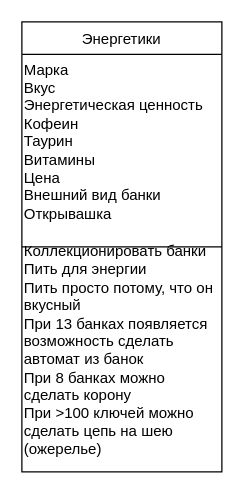
Above: Untitled Diagram.drawio in RinaBoni/oop (draw.io), before the change. Source tidied: cells renumbered, new cells numbered last; positions are measured from the earlier drawing's top-left corner, leaving out a move shared by most shapes. Both pictures are drawn from the tidied source at 125%, with x=0, y=0 at pixel (21, 21).
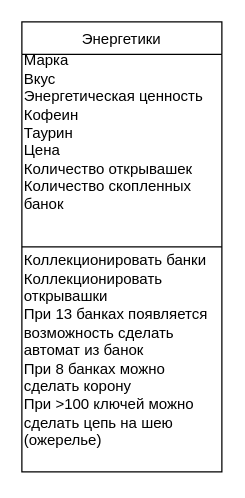
The same page after the edit.

Diff of the diagram source:
```diff
@@
 <mxGraphModel>
   <root>
     <mxCell id="0" />
     <mxCell id="1" parent="0" />
     <mxCell id="2" value="Энергетики" style="swimlane;fontStyle=0;align=center;verticalAlign=top;horizontal=1;startSize=26;rounded=0;shadow=0;strokeWidth=1;" parent="1" vertex="1">
       <mxGeometry width="160" height="360" as="geometry" />
     </mxCell>
-    <mxCell id="3" value="&lt;div&gt;Марка&lt;/div&gt;&lt;div&gt;Вкус&lt;/div&gt;&lt;div&gt;Энергетическая ценность&lt;/div&gt;&lt;div&gt;Кофеин&lt;/div&gt;&lt;div&gt;Таурин&lt;/div&gt;&lt;div&gt;Витамины&lt;/div&gt;&lt;div&gt;Цена&lt;/div&gt;&lt;div&gt;Внешний вид банки&lt;/div&gt;&lt;div&gt;Открывашка&lt;/div&gt;&lt;div&gt;&lt;br&gt;&lt;/div&gt;" style="text;html=1;strokeColor=none;fillColor=none;align=left;verticalAlign=middle;whiteSpace=wrap;rounded=0;" parent="2" vertex="1">
+    <mxCell id="3" value="&lt;div&gt;Марка&lt;/div&gt;&lt;div&gt;Вкус&lt;/div&gt;&lt;div&gt;Энергетическая ценность&lt;/div&gt;&lt;div&gt;Кофеин&lt;/div&gt;&lt;div&gt;Таурин&lt;/div&gt;&lt;div&gt;&lt;span&gt;Цена&lt;/span&gt;&lt;br&gt;&lt;/div&gt;&lt;div&gt;&lt;div&gt;Количество открывашек&lt;/div&gt;&lt;div&gt;Количество скопленных банок&lt;/div&gt;&lt;/div&gt;&lt;div&gt;&lt;br&gt;&lt;/div&gt;&lt;div&gt;&lt;br&gt;&lt;/div&gt;" style="text;html=1;strokeColor=none;fillColor=none;align=left;verticalAlign=middle;whiteSpace=wrap;rounded=0;" parent="2" vertex="1">
       <mxGeometry y="26" width="160" height="154" as="geometry" />
     </mxCell>
     <mxCell id="4" style="endArrow=none;html=1;rounded=0;entryX=1;entryY=1;entryDx=0;entryDy=0;exitX=0;exitY=1;exitDx=0;exitDy=0;" parent="2" edge="1" source="3" target="3">
       <mxGeometry relative="1" as="geometry" />
     </mxCell>
-    <mxCell id="5" value="&lt;div&gt;Коллекционировать банки&lt;/div&gt;&lt;div&gt;Пить для энергии&lt;/div&gt;&lt;div&gt;Пить просто потому, что он вкусный&lt;/div&gt;&lt;div&gt;При 13 банках появляется возможность сделать автомат из банок&lt;/div&gt;&lt;div&gt;При 8 банках можно сделать корону&lt;/div&gt;&lt;div&gt;При &amp;gt;100 ключей можно сделать цепь на шею (ожерелье)&lt;/div&gt;&lt;div&gt;&lt;br&gt;&lt;/div&gt;" style="text;html=1;strokeColor=none;fillColor=none;align=left;verticalAlign=middle;whiteSpace=wrap;rounded=0;" parent="2" vertex="1">
+    <mxCell id="5" value="&lt;div&gt;Коллекционировать банки&lt;/div&gt;&lt;div&gt;Коллекционировать открывашки&lt;br&gt;&lt;/div&gt;&lt;div&gt;При 13 банках появляется возможность сделать автомат из банок&lt;/div&gt;&lt;div&gt;При 8 банках можно сделать корону&lt;/div&gt;&lt;div&gt;При &amp;gt;100 ключей можно сделать цепь на шею (ожерелье)&lt;/div&gt;&lt;div&gt;&lt;br&gt;&lt;/div&gt;" style="text;html=1;strokeColor=none;fillColor=none;align=left;verticalAlign=middle;whiteSpace=wrap;rounded=0;" parent="2" vertex="1">
       <mxGeometry y="180" width="160" height="180" as="geometry" />
     </mxCell>
   </root>
 </mxGraphModel>
```
